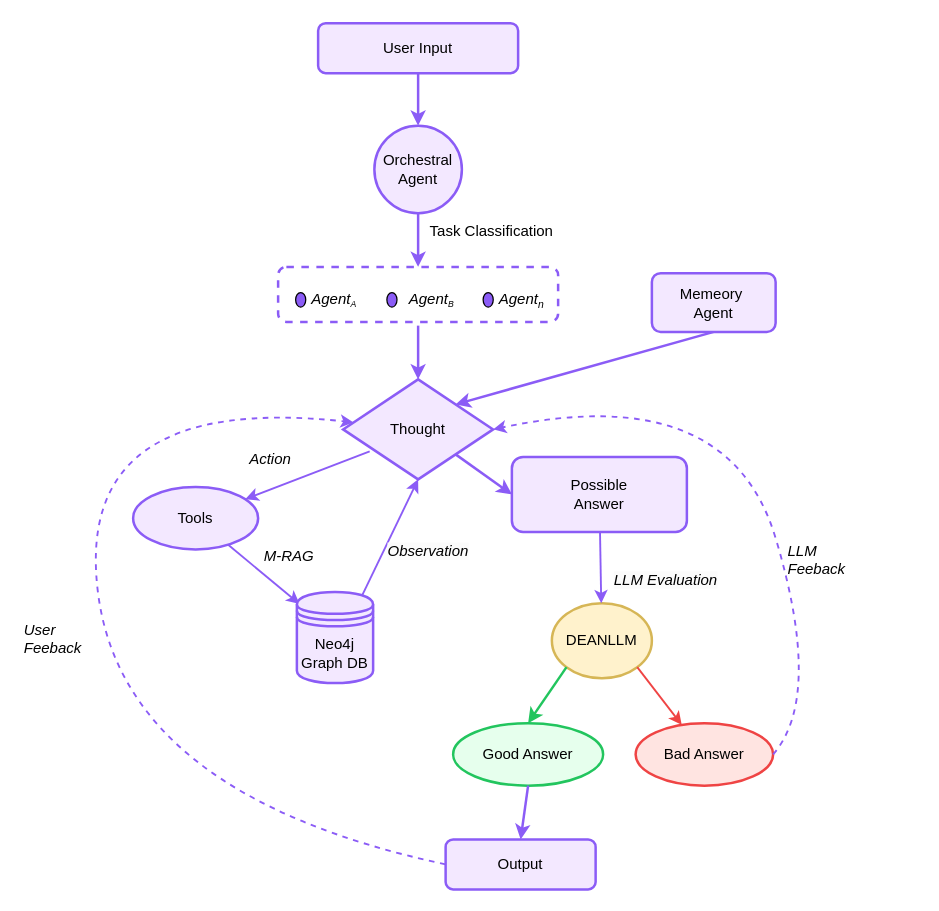
The draw.io diagram additional items/workflow.drawio in SALT-Lab-Human-AI/project-check-point-1-aidee, before the edit. Source tidied: cells renumbered, new cells numbered last; positions are measured from the earlier drawing's top-left corner, leaving out a move shared by most shapes. Both pictures are drawn from the tidied source at 125%, with x=0, y=0 at pixel (21, 22).
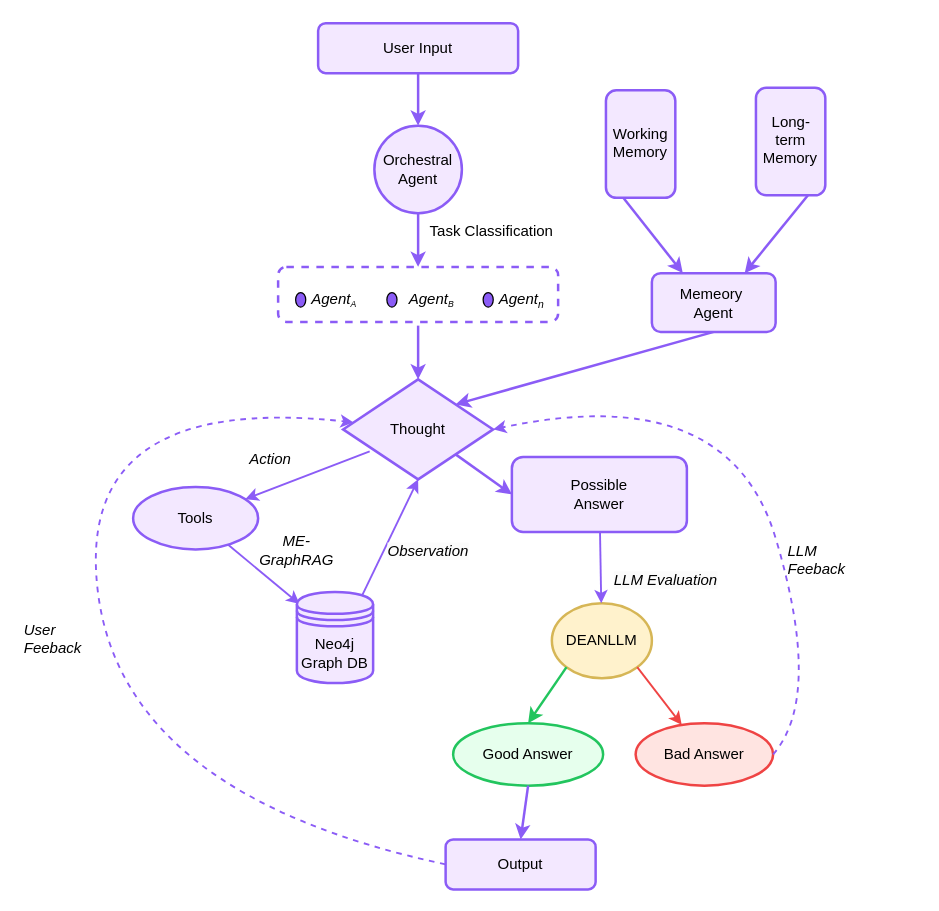
The same page after the edit.

The change refers to these unchanged cells:
```xml
<mxCell id="39" value="Memeory&amp;nbsp;&lt;div&gt;Agent&lt;/div&gt;" style="rounded=1;whiteSpace=wrap;html=1;strokeWidth=2;fillColor=#F3E8FF;strokeColor=#8B5CF6;fontColor=#000000;" parent="1" vertex="1">
  <mxGeometry x="504" y="200" width="99" height="47" as="geometry" />
</mxCell>
```

The edit, as a diff of the source:
```diff
@@
-    <mxCell id="28" value="M-RAG" style="text;html=1;strokeColor=none;fillColor=none;align=center;verticalAlign=middle;whiteSpace=wrap;rounded=0;fontColor=#000000;fontStyle=2;" parent="1" vertex="1">
-      <mxGeometry x="189" y="417" width="50" height="20" as="geometry" />
+    <mxCell id="28" value="ME-GraphRAG" style="text;html=1;strokeColor=none;fillColor=none;align=center;verticalAlign=middle;whiteSpace=wrap;rounded=0;fontColor=#000000;fontStyle=2;" parent="1" vertex="1">
+      <mxGeometry x="203" y="412" width="34" height="20" as="geometry" />
     </mxCell>
@@
+    <mxCell id="41" value="&lt;span style=&quot;color: rgb(0, 0, 0);&quot;&gt;Working Memory&lt;/span&gt;" style="rounded=1;whiteSpace=wrap;html=1;strokeWidth=2;fillColor=#F3E8FF;strokeColor=#8B5CF6;fontColor=#000000;rotation=-90;horizontal=1;textDirection=vertical-rl;" parent="1" vertex="1">
+      <mxGeometry x="452" y="69" width="86" height="55.5" as="geometry" />
+    </mxCell>
+    <mxCell id="42" value="&lt;span style=&quot;color: rgb(0, 0, 0);&quot;&gt;Long-&lt;/span&gt;&lt;div&gt;&lt;span style=&quot;color: rgb(0, 0, 0);&quot;&gt;term Memory&lt;/span&gt;&lt;/div&gt;" style="rounded=1;whiteSpace=wrap;html=1;strokeWidth=2;fillColor=#F3E8FF;strokeColor=#8B5CF6;fontColor=#000000;rotation=-90;horizontal=1;textDirection=vertical-rl;" parent="1" vertex="1">
+      <mxGeometry x="572" y="67" width="86" height="55.5" as="geometry" />
+    </mxCell>
+    <mxCell id="43" style="endArrow=classic;strokeWidth=2;strokeColor=#8B5CF6;fontColor=#000000;entryX=0.25;entryY=0;entryDx=0;entryDy=0;exitX=0;exitY=0.25;exitDx=0;exitDy=0;" parent="1" edge="1" source="41" target="39">
+      <mxGeometry relative="1" as="geometry" />
+    </mxCell>
+    <mxCell id="44" style="endArrow=classic;strokeWidth=2;strokeColor=#8B5CF6;fontColor=#000000;entryX=0.75;entryY=0;entryDx=0;entryDy=0;exitX=0;exitY=0.75;exitDx=0;exitDy=0;" parent="1" edge="1" source="42" target="39">
+      <mxGeometry relative="1" as="geometry" />
+    </mxCell>
```
